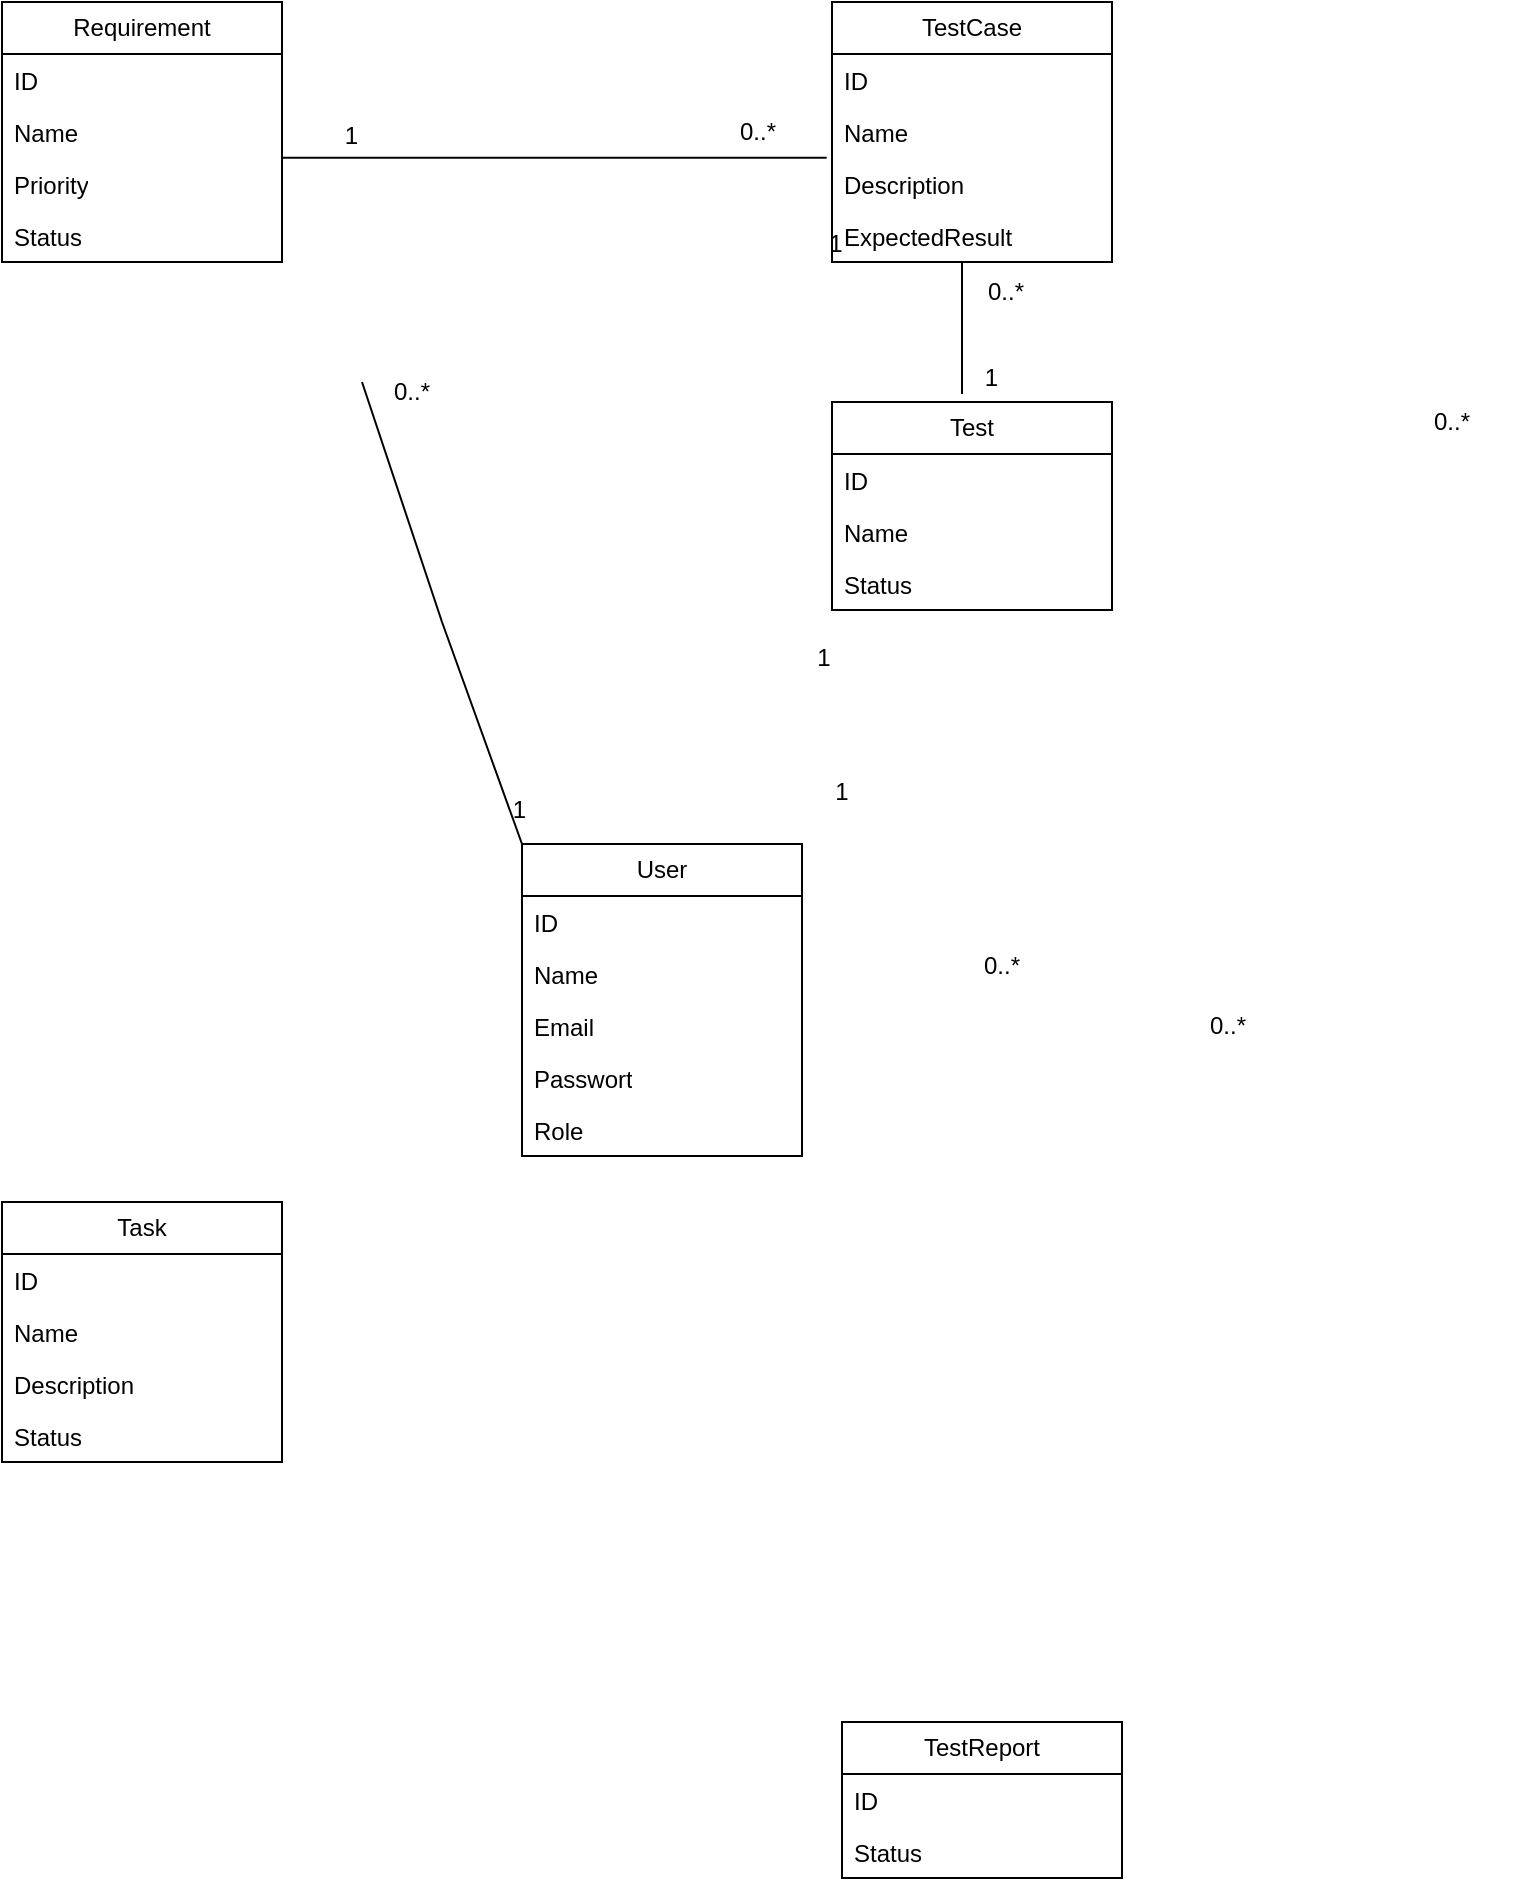
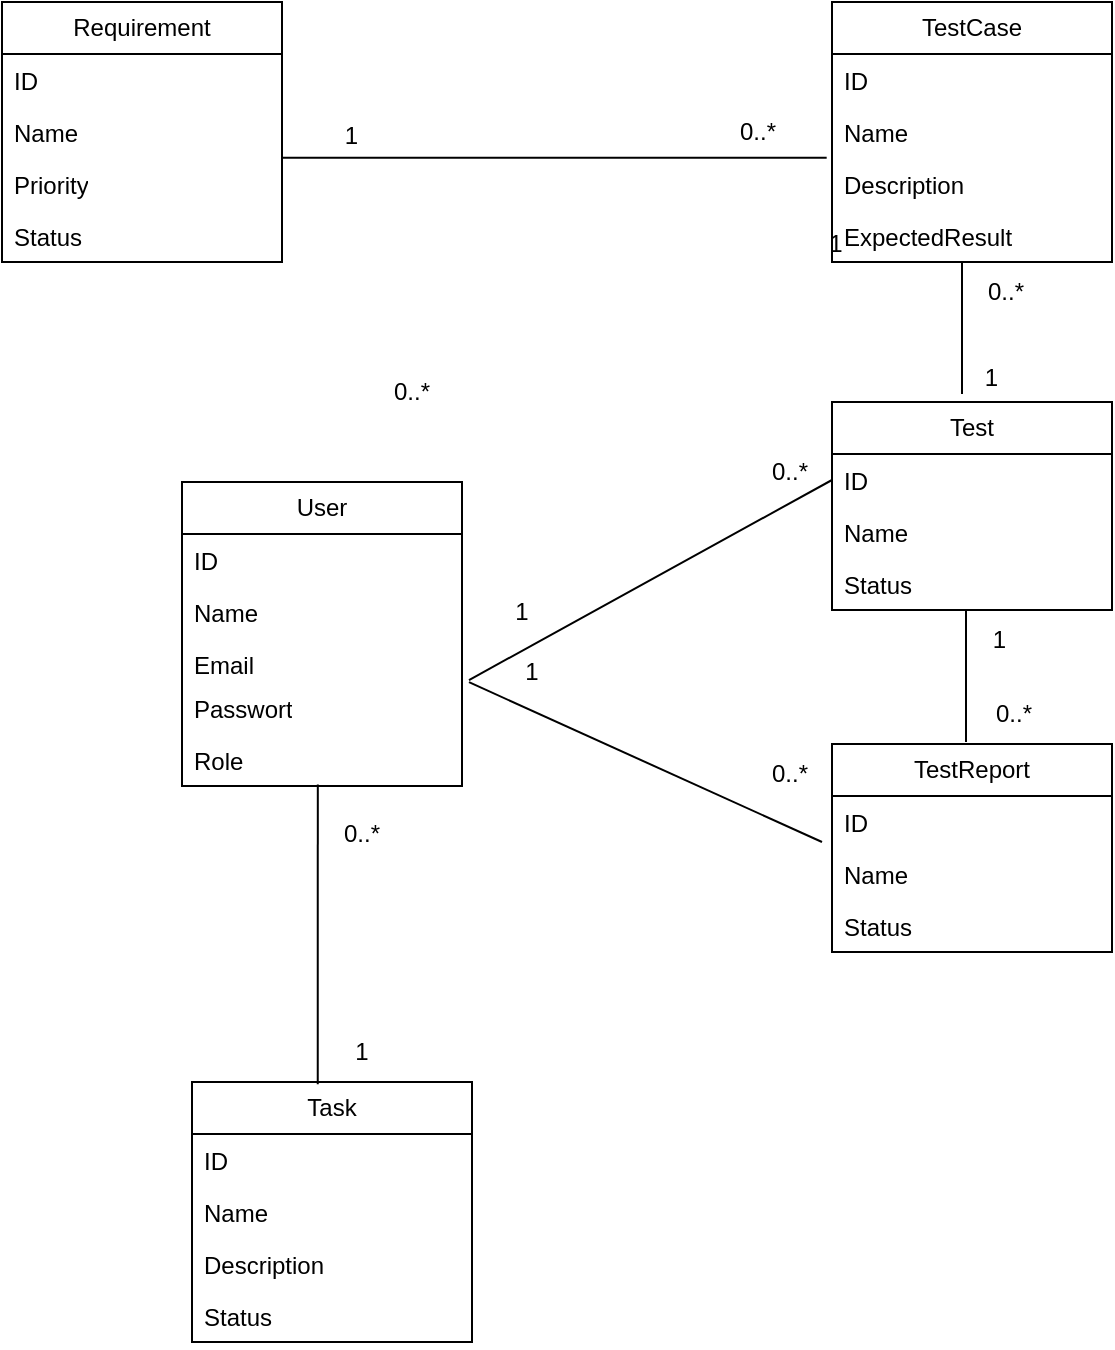
<mxfile host="app.diagrams.net" agent="Mozilla/5.0 (Macintosh; Intel Mac OS X 10_15_7) AppleWebKit/605.1.15 (KHTML, like Gecko) Version/26.2 Safari/605.1.15">
  <diagram name="Page-1" id="9UJmMtd8jPqIVRHSLT7q">
    <mxGraphModel dx="1571" dy="971" grid="1" gridSize="10" guides="1" tooltips="1" connect="1" arrows="1" fold="1" page="1" pageScale="1" pageWidth="827" pageHeight="1169" math="0" shadow="0">
      <root>
        <mxCell id="0" />
        <mxCell id="1" parent="0" />
        <mxCell id="j4pG7-vl0huJbFuu1q33-1" parent="1" style="swimlane;fontStyle=0;childLayout=stackLayout;horizontal=1;startSize=26;fillColor=none;horizontalStack=0;resizeParent=1;resizeParentMax=0;resizeLast=0;collapsible=1;marginBottom=0;whiteSpace=wrap;html=1;" value="User" vertex="1">
-           <mxGeometry height="156" width="140" x="310" y="461" as="geometry" />
+           <mxGeometry height="152" width="140" x="140" y="280" as="geometry" />
        </mxCell>
        <mxCell id="j4pG7-vl0huJbFuu1q33-2" parent="j4pG7-vl0huJbFuu1q33-1" style="text;strokeColor=none;fillColor=none;align=left;verticalAlign=top;spacingLeft=4;spacingRight=4;overflow=hidden;rotatable=0;points=[[0,0.5],[1,0.5]];portConstraint=eastwest;whiteSpace=wrap;html=1;" value="ID" vertex="1">
          <mxGeometry height="26" width="140" y="26" as="geometry" />
        </mxCell>
        <mxCell id="j4pG7-vl0huJbFuu1q33-3" parent="j4pG7-vl0huJbFuu1q33-1" style="text;strokeColor=none;fillColor=none;align=left;verticalAlign=top;spacingLeft=4;spacingRight=4;overflow=hidden;rotatable=0;points=[[0,0.5],[1,0.5]];portConstraint=eastwest;whiteSpace=wrap;html=1;" value="Name" vertex="1">
          <mxGeometry height="26" width="140" y="52" as="geometry" />
        </mxCell>
        <mxCell id="j4pG7-vl0huJbFuu1q33-4" parent="j4pG7-vl0huJbFuu1q33-1" style="text;strokeColor=none;fillColor=none;align=left;verticalAlign=top;spacingLeft=4;spacingRight=4;overflow=hidden;rotatable=0;points=[[0,0.5],[1,0.5]];portConstraint=eastwest;whiteSpace=wrap;html=1;" value="Email" vertex="1">
-           <mxGeometry height="26" width="140" y="78" as="geometry" />
+           <mxGeometry height="22" width="140" y="78" as="geometry" />
        </mxCell>
        <mxCell id="o-WvR14eICfOpZ58rvUq-1" parent="j4pG7-vl0huJbFuu1q33-1" style="text;strokeColor=none;fillColor=none;align=left;verticalAlign=top;spacingLeft=4;spacingRight=4;overflow=hidden;rotatable=0;points=[[0,0.5],[1,0.5]];portConstraint=eastwest;whiteSpace=wrap;html=1;" value="Passwort" vertex="1">
-           <mxGeometry height="26" width="140" y="104" as="geometry" />
+           <mxGeometry height="26" width="140" y="100" as="geometry" />
        </mxCell>
        <mxCell id="o-WvR14eICfOpZ58rvUq-2" parent="j4pG7-vl0huJbFuu1q33-1" style="text;strokeColor=none;fillColor=none;align=left;verticalAlign=top;spacingLeft=4;spacingRight=4;overflow=hidden;rotatable=0;points=[[0,0.5],[1,0.5]];portConstraint=eastwest;whiteSpace=wrap;html=1;" value="Role" vertex="1">
-           <mxGeometry height="26" width="140" y="130" as="geometry" />
+           <mxGeometry height="26" width="140" y="126" as="geometry" />
        </mxCell>
        <mxCell id="o-WvR14eICfOpZ58rvUq-3" parent="1" style="swimlane;fontStyle=0;childLayout=stackLayout;horizontal=1;startSize=26;fillColor=none;horizontalStack=0;resizeParent=1;resizeParentMax=0;resizeLast=0;collapsible=1;marginBottom=0;whiteSpace=wrap;html=1;" value="Requirement" vertex="1">
          <mxGeometry height="130" width="140" x="50" y="40" as="geometry" />
        </mxCell>
        <mxCell id="o-WvR14eICfOpZ58rvUq-4" parent="o-WvR14eICfOpZ58rvUq-3" style="text;strokeColor=none;fillColor=none;align=left;verticalAlign=top;spacingLeft=4;spacingRight=4;overflow=hidden;rotatable=0;points=[[0,0.5],[1,0.5]];portConstraint=eastwest;whiteSpace=wrap;html=1;" value="ID" vertex="1">
          <mxGeometry height="26" width="140" y="26" as="geometry" />
        </mxCell>
        <mxCell id="o-WvR14eICfOpZ58rvUq-5" parent="o-WvR14eICfOpZ58rvUq-3" style="text;strokeColor=none;fillColor=none;align=left;verticalAlign=top;spacingLeft=4;spacingRight=4;overflow=hidden;rotatable=0;points=[[0,0.5],[1,0.5]];portConstraint=eastwest;whiteSpace=wrap;html=1;" value="Name" vertex="1">
          <mxGeometry height="26" width="140" y="52" as="geometry" />
        </mxCell>
        <mxCell id="o-WvR14eICfOpZ58rvUq-6" parent="o-WvR14eICfOpZ58rvUq-3" style="text;strokeColor=none;fillColor=none;align=left;verticalAlign=top;spacingLeft=4;spacingRight=4;overflow=hidden;rotatable=0;points=[[0,0.5],[1,0.5]];portConstraint=eastwest;whiteSpace=wrap;html=1;" value="Priority" vertex="1">
          <mxGeometry height="26" width="140" y="78" as="geometry" />
        </mxCell>
        <mxCell id="o-WvR14eICfOpZ58rvUq-7" parent="o-WvR14eICfOpZ58rvUq-3" style="text;strokeColor=none;fillColor=none;align=left;verticalAlign=top;spacingLeft=4;spacingRight=4;overflow=hidden;rotatable=0;points=[[0,0.5],[1,0.5]];portConstraint=eastwest;whiteSpace=wrap;html=1;" value="Status" vertex="1">
          <mxGeometry height="26" width="140" y="104" as="geometry" />
        </mxCell>
        <mxCell id="o-WvR14eICfOpZ58rvUq-9" parent="1" style="swimlane;fontStyle=0;childLayout=stackLayout;horizontal=1;startSize=26;fillColor=none;horizontalStack=0;resizeParent=1;resizeParentMax=0;resizeLast=0;collapsible=1;marginBottom=0;whiteSpace=wrap;html=1;" value="TestCase" vertex="1">
          <mxGeometry height="130" width="140" x="465" y="40" as="geometry" />
        </mxCell>
        <mxCell id="o-WvR14eICfOpZ58rvUq-10" parent="o-WvR14eICfOpZ58rvUq-9" style="text;strokeColor=none;fillColor=none;align=left;verticalAlign=top;spacingLeft=4;spacingRight=4;overflow=hidden;rotatable=0;points=[[0,0.5],[1,0.5]];portConstraint=eastwest;whiteSpace=wrap;html=1;" value="ID" vertex="1">
          <mxGeometry height="26" width="140" y="26" as="geometry" />
        </mxCell>
        <mxCell id="o-WvR14eICfOpZ58rvUq-11" parent="o-WvR14eICfOpZ58rvUq-9" style="text;strokeColor=none;fillColor=none;align=left;verticalAlign=top;spacingLeft=4;spacingRight=4;overflow=hidden;rotatable=0;points=[[0,0.5],[1,0.5]];portConstraint=eastwest;whiteSpace=wrap;html=1;" value="Name" vertex="1">
          <mxGeometry height="26" width="140" y="52" as="geometry" />
        </mxCell>
        <mxCell id="o-WvR14eICfOpZ58rvUq-12" parent="o-WvR14eICfOpZ58rvUq-9" style="text;strokeColor=none;fillColor=none;align=left;verticalAlign=top;spacingLeft=4;spacingRight=4;overflow=hidden;rotatable=0;points=[[0,0.5],[1,0.5]];portConstraint=eastwest;whiteSpace=wrap;html=1;" value="Description" vertex="1">
          <mxGeometry height="26" width="140" y="78" as="geometry" />
        </mxCell>
        <mxCell id="o-WvR14eICfOpZ58rvUq-13" parent="o-WvR14eICfOpZ58rvUq-9" style="text;strokeColor=none;fillColor=none;align=left;verticalAlign=top;spacingLeft=4;spacingRight=4;overflow=hidden;rotatable=0;points=[[0,0.5],[1,0.5]];portConstraint=eastwest;whiteSpace=wrap;html=1;" value="ExpectedResult" vertex="1">
          <mxGeometry height="26" width="140" y="104" as="geometry" />
        </mxCell>
        <mxCell id="o-WvR14eICfOpZ58rvUq-14" parent="1" style="swimlane;fontStyle=0;childLayout=stackLayout;horizontal=1;startSize=26;fillColor=none;horizontalStack=0;resizeParent=1;resizeParentMax=0;resizeLast=0;collapsible=1;marginBottom=0;whiteSpace=wrap;html=1;" value="Test" vertex="1">
          <mxGeometry height="104" width="140" x="465" y="240" as="geometry" />
        </mxCell>
        <mxCell id="o-WvR14eICfOpZ58rvUq-15" parent="o-WvR14eICfOpZ58rvUq-14" style="text;strokeColor=none;fillColor=none;align=left;verticalAlign=top;spacingLeft=4;spacingRight=4;overflow=hidden;rotatable=0;points=[[0,0.5],[1,0.5]];portConstraint=eastwest;whiteSpace=wrap;html=1;" value="ID" vertex="1">
          <mxGeometry height="26" width="140" y="26" as="geometry" />
        </mxCell>
        <mxCell id="o-WvR14eICfOpZ58rvUq-16" parent="o-WvR14eICfOpZ58rvUq-14" style="text;strokeColor=none;fillColor=none;align=left;verticalAlign=top;spacingLeft=4;spacingRight=4;overflow=hidden;rotatable=0;points=[[0,0.5],[1,0.5]];portConstraint=eastwest;whiteSpace=wrap;html=1;" value="Name" vertex="1">
          <mxGeometry height="26" width="140" y="52" as="geometry" />
        </mxCell>
        <mxCell id="o-WvR14eICfOpZ58rvUq-17" parent="o-WvR14eICfOpZ58rvUq-14" style="text;strokeColor=none;fillColor=none;align=left;verticalAlign=top;spacingLeft=4;spacingRight=4;overflow=hidden;rotatable=0;points=[[0,0.5],[1,0.5]];portConstraint=eastwest;whiteSpace=wrap;html=1;" value="Status" vertex="1">
          <mxGeometry height="26" width="140" y="78" as="geometry" />
        </mxCell>
        <mxCell id="o-WvR14eICfOpZ58rvUq-19" parent="1" style="swimlane;fontStyle=0;childLayout=stackLayout;horizontal=1;startSize=26;fillColor=none;horizontalStack=0;resizeParent=1;resizeParentMax=0;resizeLast=0;collapsible=1;marginBottom=0;whiteSpace=wrap;html=1;" value="Task" vertex="1">
-           <mxGeometry height="130" width="140" x="50" y="640" as="geometry" />
+           <mxGeometry height="130" width="140" x="145" y="580" as="geometry" />
        </mxCell>
        <mxCell id="o-WvR14eICfOpZ58rvUq-20" parent="o-WvR14eICfOpZ58rvUq-19" style="text;strokeColor=none;fillColor=none;align=left;verticalAlign=top;spacingLeft=4;spacingRight=4;overflow=hidden;rotatable=0;points=[[0,0.5],[1,0.5]];portConstraint=eastwest;whiteSpace=wrap;html=1;" value="ID" vertex="1">
          <mxGeometry height="26" width="140" y="26" as="geometry" />
        </mxCell>
        <mxCell id="o-WvR14eICfOpZ58rvUq-21" parent="o-WvR14eICfOpZ58rvUq-19" style="text;strokeColor=none;fillColor=none;align=left;verticalAlign=top;spacingLeft=4;spacingRight=4;overflow=hidden;rotatable=0;points=[[0,0.5],[1,0.5]];portConstraint=eastwest;whiteSpace=wrap;html=1;" value="Name" vertex="1">
          <mxGeometry height="26" width="140" y="52" as="geometry" />
        </mxCell>
        <mxCell id="o-WvR14eICfOpZ58rvUq-22" parent="o-WvR14eICfOpZ58rvUq-19" style="text;strokeColor=none;fillColor=none;align=left;verticalAlign=top;spacingLeft=4;spacingRight=4;overflow=hidden;rotatable=0;points=[[0,0.5],[1,0.5]];portConstraint=eastwest;whiteSpace=wrap;html=1;" value="Description" vertex="1">
          <mxGeometry height="26" width="140" y="78" as="geometry" />
        </mxCell>
        <mxCell id="o-WvR14eICfOpZ58rvUq-23" parent="o-WvR14eICfOpZ58rvUq-19" style="text;strokeColor=none;fillColor=none;align=left;verticalAlign=top;spacingLeft=4;spacingRight=4;overflow=hidden;rotatable=0;points=[[0,0.5],[1,0.5]];portConstraint=eastwest;whiteSpace=wrap;html=1;" value="Status" vertex="1">
          <mxGeometry height="26" width="140" y="104" as="geometry" />
        </mxCell>
        <mxCell id="o-WvR14eICfOpZ58rvUq-24" parent="1" style="swimlane;fontStyle=0;childLayout=stackLayout;horizontal=1;startSize=26;fillColor=none;horizontalStack=0;resizeParent=1;resizeParentMax=0;resizeLast=0;collapsible=1;marginBottom=0;whiteSpace=wrap;html=1;" value="TestReport" vertex="1">
-           <mxGeometry height="78" width="140" x="470" y="900" as="geometry" />
+           <mxGeometry height="104" width="140" x="465" y="411" as="geometry" />
        </mxCell>
        <mxCell id="o-WvR14eICfOpZ58rvUq-25" parent="o-WvR14eICfOpZ58rvUq-24" style="text;strokeColor=none;fillColor=none;align=left;verticalAlign=top;spacingLeft=4;spacingRight=4;overflow=hidden;rotatable=0;points=[[0,0.5],[1,0.5]];portConstraint=eastwest;whiteSpace=wrap;html=1;" value="ID" vertex="1">
          <mxGeometry height="26" width="140" y="26" as="geometry" />
        </mxCell>
+         <mxCell id="drSWdjsGve0Spve9kgra-5" parent="o-WvR14eICfOpZ58rvUq-24" style="text;strokeColor=none;fillColor=none;align=left;verticalAlign=top;spacingLeft=4;spacingRight=4;overflow=hidden;rotatable=0;points=[[0,0.5],[1,0.5]];portConstraint=eastwest;whiteSpace=wrap;html=1;" value="Name" vertex="1">
+           <mxGeometry height="26" width="140" y="52" as="geometry" />
+         </mxCell>
        <mxCell id="o-WvR14eICfOpZ58rvUq-27" parent="o-WvR14eICfOpZ58rvUq-24" style="text;strokeColor=none;fillColor=none;align=left;verticalAlign=top;spacingLeft=4;spacingRight=4;overflow=hidden;rotatable=0;points=[[0,0.5],[1,0.5]];portConstraint=eastwest;whiteSpace=wrap;html=1;" value="Status" vertex="1">
-           <mxGeometry height="26" width="140" y="52" as="geometry" />
+           <mxGeometry height="26" width="140" y="78" as="geometry" />
        </mxCell>
        <mxCell id="o-WvR14eICfOpZ58rvUq-37" parent="1" style="text;html=1;whiteSpace=wrap;strokeColor=none;fillColor=none;align=center;verticalAlign=middle;rounded=0;" value="1" vertex="1">
          <mxGeometry height="30" width="60" x="437" y="146" as="geometry" />
        </mxCell>
        <mxCell id="o-WvR14eICfOpZ58rvUq-38" parent="1" style="text;html=1;whiteSpace=wrap;strokeColor=none;fillColor=none;align=center;verticalAlign=middle;rounded=0;" value="0..*" vertex="1">
          <mxGeometry height="30" width="60" x="398" y="90" as="geometry" />
        </mxCell>
        <mxCell id="o-WvR14eICfOpZ58rvUq-39" parent="1" style="text;html=1;whiteSpace=wrap;strokeColor=none;fillColor=none;align=center;verticalAlign=middle;rounded=0;" value="0..*" vertex="1">
-           <mxGeometry height="30" width="60" x="745" y="235" as="geometry" />
+           <mxGeometry height="30" width="60" x="526" y="381" as="geometry" />
        </mxCell>
        <mxCell id="o-WvR14eICfOpZ58rvUq-44" parent="1" style="text;html=1;whiteSpace=wrap;strokeColor=none;fillColor=none;align=center;verticalAlign=middle;rounded=0;" value="0..*" vertex="1">
-           <mxGeometry height="30" width="60" x="633" y="537" as="geometry" />
+           <mxGeometry height="30" width="60" x="414" y="411" as="geometry" />
        </mxCell>
        <mxCell id="o-WvR14eICfOpZ58rvUq-45" parent="1" style="text;html=1;whiteSpace=wrap;strokeColor=none;fillColor=none;align=center;verticalAlign=middle;rounded=0;" value="1" vertex="1">
-           <mxGeometry height="30" width="60" x="431" y="353" as="geometry" />
-         </mxCell>
-         <mxCell id="o-WvR14eICfOpZ58rvUq-46" parent="1" style="text;html=1;whiteSpace=wrap;strokeColor=none;fillColor=none;align=center;verticalAlign=middle;rounded=0;" value="0..*" vertex="1">
-           <mxGeometry height="30" width="60" x="520" y="507" as="geometry" />
-         </mxCell>
-         <mxCell id="o-WvR14eICfOpZ58rvUq-47" edge="1" parent="1" style="endArrow=none;html=1;rounded=0;entryX=0;entryY=0;entryDx=0;entryDy=0;" target="j4pG7-vl0huJbFuu1q33-1" value="">
-           <mxGeometry relative="1" as="geometry">
-             <Array as="points">
-               <mxPoint x="270" y="350" />
-             </Array>
-             <mxPoint x="230" y="230" as="sourcePoint" />
-             <mxPoint x="390" y="230" as="targetPoint" />
-           </mxGeometry>
-         </mxCell>
-         <mxCell id="o-WvR14eICfOpZ58rvUq-48" connectable="0" parent="o-WvR14eICfOpZ58rvUq-47" style="resizable=0;html=1;whiteSpace=wrap;align=right;verticalAlign=bottom;" value="1" vertex="1">
-           <mxGeometry relative="1" x="1" as="geometry">
-             <mxPoint x="3" y="-9" as="offset" />
-           </mxGeometry>
+           <mxGeometry height="30" width="60" x="285" y="360" as="geometry" />
        </mxCell>
        <mxCell id="o-WvR14eICfOpZ58rvUq-49" parent="1" style="text;html=1;whiteSpace=wrap;strokeColor=none;fillColor=none;align=center;verticalAlign=middle;rounded=0;" value="0..*" vertex="1">
          <mxGeometry height="30" width="60" x="225" y="220" as="geometry" />
        </mxCell>
        <mxCell id="o-WvR14eICfOpZ58rvUq-58" edge="1" parent="1" source="o-WvR14eICfOpZ58rvUq-6" style="endArrow=none;html=1;rounded=0;entryX=-0.019;entryY=-0.004;entryDx=0;entryDy=0;exitX=1.001;exitY=-0.004;exitDx=0;exitDy=0;exitPerimeter=0;entryPerimeter=0;" target="o-WvR14eICfOpZ58rvUq-12" value="">
          <mxGeometry relative="1" as="geometry">
            <mxPoint x="207" y="120" as="sourcePoint" />
            <mxPoint x="437" y="120" as="targetPoint" />
          </mxGeometry>
        </mxCell>
        <mxCell id="o-WvR14eICfOpZ58rvUq-59" connectable="0" parent="o-WvR14eICfOpZ58rvUq-58" style="resizable=0;html=1;whiteSpace=wrap;align=right;verticalAlign=bottom;" value="1" vertex="1">
          <mxGeometry relative="1" x="1" as="geometry">
            <mxPoint x="-233" y="-2" as="offset" />
          </mxGeometry>
        </mxCell>
        <mxCell id="o-WvR14eICfOpZ58rvUq-60" edge="1" parent="1" style="endArrow=none;html=1;rounded=0;" value="">
          <mxGeometry relative="1" as="geometry">
            <mxPoint x="530" y="170" as="sourcePoint" />
            <mxPoint x="530" y="236" as="targetPoint" />
          </mxGeometry>
        </mxCell>
        <mxCell id="o-WvR14eICfOpZ58rvUq-61" connectable="0" parent="o-WvR14eICfOpZ58rvUq-60" style="resizable=0;html=1;whiteSpace=wrap;align=right;verticalAlign=bottom;" value="1" vertex="1">
          <mxGeometry relative="1" x="1" as="geometry">
            <mxPoint x="19" as="offset" />
          </mxGeometry>
        </mxCell>
-         <mxCell id="o-WvR14eICfOpZ58rvUq-64" parent="1" style="text;html=1;whiteSpace=wrap;strokeColor=none;fillColor=none;align=center;verticalAlign=middle;rounded=0;" value="1" vertex="1">
-           <mxGeometry height="30" width="60" x="440" y="420" as="geometry" />
-         </mxCell>
        <mxCell id="drSWdjsGve0Spve9kgra-2" parent="1" style="text;html=1;whiteSpace=wrap;strokeColor=none;fillColor=none;align=center;verticalAlign=middle;rounded=0;" value="0..*" vertex="1">
          <mxGeometry height="30" width="60" x="522" y="170" as="geometry" />
+         </mxCell>
+         <mxCell id="drSWdjsGve0Spve9kgra-3" edge="1" parent="1" style="endArrow=none;html=1;rounded=0;" value="">
+           <mxGeometry relative="1" as="geometry">
+             <mxPoint x="532" y="344" as="sourcePoint" />
+             <mxPoint x="532" y="410" as="targetPoint" />
+           </mxGeometry>
+         </mxCell>
+         <mxCell id="drSWdjsGve0Spve9kgra-4" connectable="0" parent="drSWdjsGve0Spve9kgra-3" style="resizable=0;html=1;whiteSpace=wrap;align=right;verticalAlign=bottom;" value="1" vertex="1">
+           <mxGeometry relative="1" x="1" as="geometry">
+             <mxPoint x="21" y="-43" as="offset" />
+           </mxGeometry>
+         </mxCell>
+         <mxCell id="drSWdjsGve0Spve9kgra-6" edge="1" parent="1" source="o-WvR14eICfOpZ58rvUq-1" style="endArrow=none;html=1;rounded=0;fontSize=12;startSize=8;endSize=8;curved=1;exitX=1.025;exitY=0.004;exitDx=0;exitDy=0;exitPerimeter=0;" value="">
+           <mxGeometry height="50" relative="1" width="50" as="geometry">
+             <mxPoint x="212" y="510" as="sourcePoint" />
+             <mxPoint x="460" y="460" as="targetPoint" />
+           </mxGeometry>
+         </mxCell>
+         <mxCell id="drSWdjsGve0Spve9kgra-7" edge="1" parent="1" source="o-WvR14eICfOpZ58rvUq-1" style="endArrow=none;html=1;rounded=0;fontSize=12;startSize=8;endSize=8;curved=1;exitX=1.025;exitY=-0.038;exitDx=0;exitDy=0;exitPerimeter=0;entryX=0;entryY=0.5;entryDx=0;entryDy=0;" target="o-WvR14eICfOpZ58rvUq-15" value="">
+           <mxGeometry height="50" relative="1" width="50" as="geometry">
+             <mxPoint x="340" y="410" as="sourcePoint" />
+             <mxPoint x="516" y="490" as="targetPoint" />
+           </mxGeometry>
+         </mxCell>
+         <mxCell id="drSWdjsGve0Spve9kgra-8" parent="1" style="text;html=1;whiteSpace=wrap;strokeColor=none;fillColor=none;align=center;verticalAlign=middle;rounded=0;" value="1" vertex="1">
+           <mxGeometry height="30" width="60" x="280" y="330" as="geometry" />
+         </mxCell>
+         <mxCell id="drSWdjsGve0Spve9kgra-9" parent="1" style="text;html=1;whiteSpace=wrap;strokeColor=none;fillColor=none;align=center;verticalAlign=middle;rounded=0;" value="0..*" vertex="1">
+           <mxGeometry height="30" width="60" x="414" y="260" as="geometry" />
+         </mxCell>
+         <mxCell id="drSWdjsGve0Spve9kgra-10" edge="1" parent="1" source="o-WvR14eICfOpZ58rvUq-2" style="endArrow=none;html=1;rounded=0;fontSize=12;startSize=8;endSize=8;curved=1;entryX=0.449;entryY=0.009;entryDx=0;entryDy=0;entryPerimeter=0;exitX=0.485;exitY=0.97;exitDx=0;exitDy=0;exitPerimeter=0;" target="o-WvR14eICfOpZ58rvUq-19" value="">
+           <mxGeometry height="50" relative="1" width="50" as="geometry">
+             <mxPoint x="208" y="490" as="sourcePoint" />
+             <mxPoint x="516" y="490" as="targetPoint" />
+           </mxGeometry>
+         </mxCell>
+         <mxCell id="drSWdjsGve0Spve9kgra-11" parent="1" style="text;html=1;whiteSpace=wrap;strokeColor=none;fillColor=none;align=center;verticalAlign=middle;rounded=0;" value="1" vertex="1">
+           <mxGeometry height="30" width="60" x="200" y="550" as="geometry" />
+         </mxCell>
+         <mxCell id="drSWdjsGve0Spve9kgra-12" parent="1" style="text;html=1;whiteSpace=wrap;strokeColor=none;fillColor=none;align=center;verticalAlign=middle;rounded=0;" value="0..*" vertex="1">
+           <mxGeometry height="30" width="60" x="200" y="441" as="geometry" />
        </mxCell>
      </root>
    </mxGraphModel>
  </diagram>
</mxfile>
